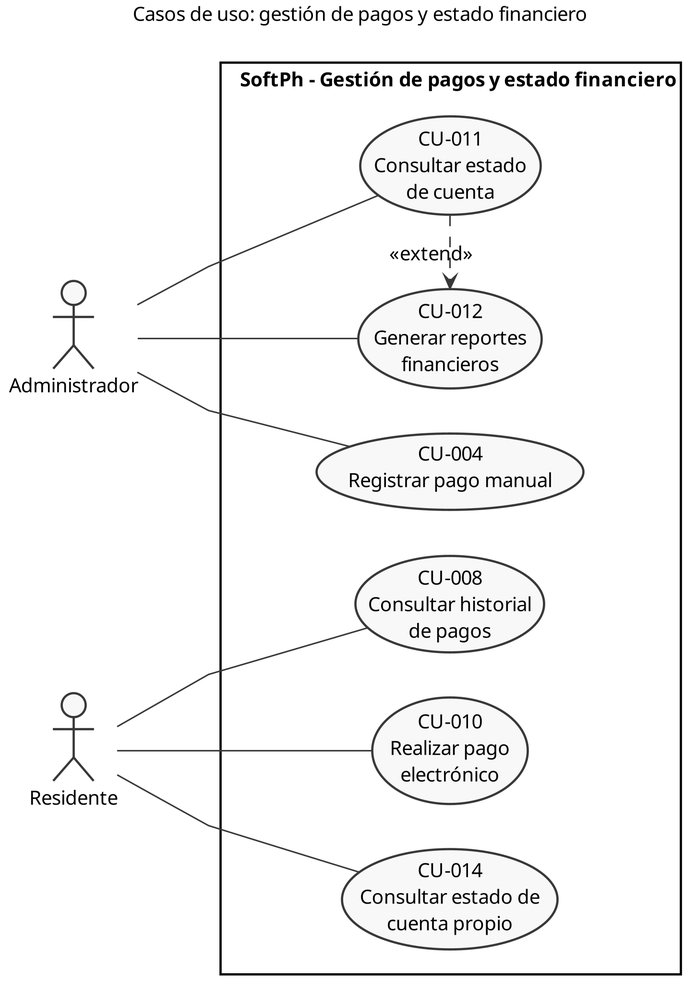
Above: docs/entrega-objetivos/casos-uso/cu-03-pagos-estado-financiero.png in yilberDev/SoftPh-Academico (PlantUML), before the change. Its source is kept beside it as docs/entrega-objetivos/casos-uso/cu-03-pagos-estado-financiero.puml. The source it was exported from:
```plantuml
@startuml
skinparam dpi 300
skinparam monochrome true
skinparam backgroundColor white
skinparam shadowing false
skinparam defaultFontName Helvetica
skinparam defaultFontSize 13
skinparam linetype polyline
skinparam packageStyle rectangle
skinparam packageTitleAlignment right
skinparam nodesep 30
skinparam ranksep 70
left to right direction
title Casos de uso: gestión de pagos y estado financiero

actor "Administrador" as admin
actor "Residente" as resident

rectangle "SoftPh – Gestión de pagos y estado financiero" {
  usecase "CU-004\nRegistrar pago manual" as CU004
  usecase "CU-012\nGenerar reportes\nfinancieros" as CU012
  usecase "CU-011\nConsultar estado\nde cuenta" as CU011
  usecase "CU-008\nConsultar historial\nde pagos" as CU008
  usecase "CU-010\nRealizar pago\nelectrónico" as CU010
  usecase "CU-014\nConsultar estado de\ncuenta propio" as CU014
}

admin -- CU004
admin -- CU012
admin -- CU011
resident -- CU008
resident -- CU010
resident -- CU014
CU011 .> CU012 : <<extend>>
@enduml
```
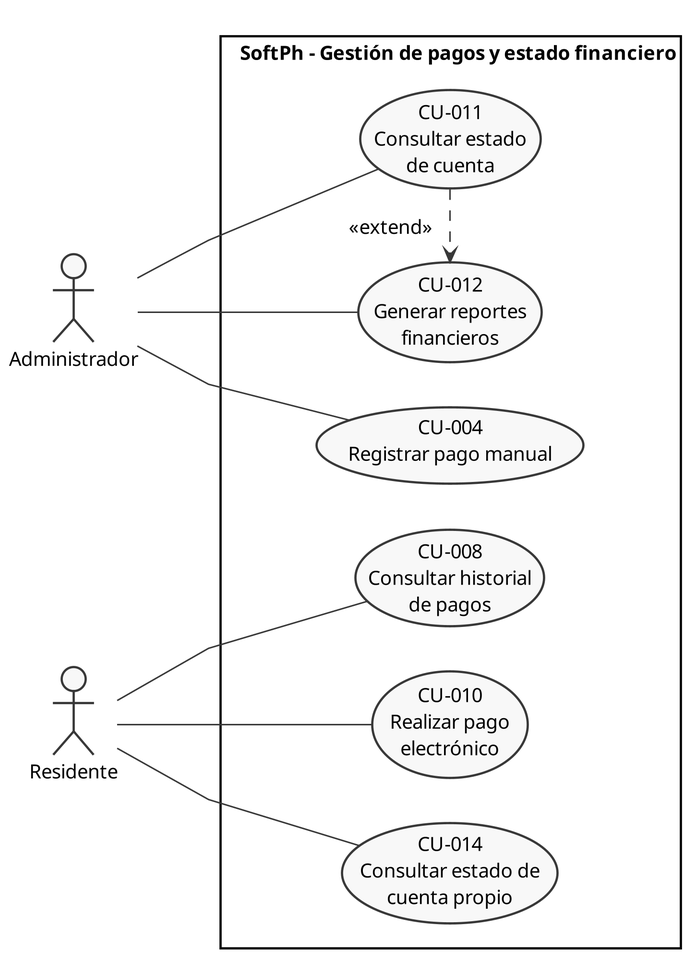
The same diagram one commit later.

The edit, as a diff of the source:
```diff
@@ -11,7 +11,6 @@
 skinparam nodesep 30
 skinparam ranksep 70
 left to right direction
-title Casos de uso: gestión de pagos y estado financiero
 
 actor "Administrador" as admin
 actor "Residente" as resident
@@ -31,5 +30,5 @@
 resident -- CU008
 resident -- CU010
 resident -- CU014
-CU011 .> CU012 : <<extend>>
+CU011 .> CU012 : "<<extend>>                  "
 @enduml
```
